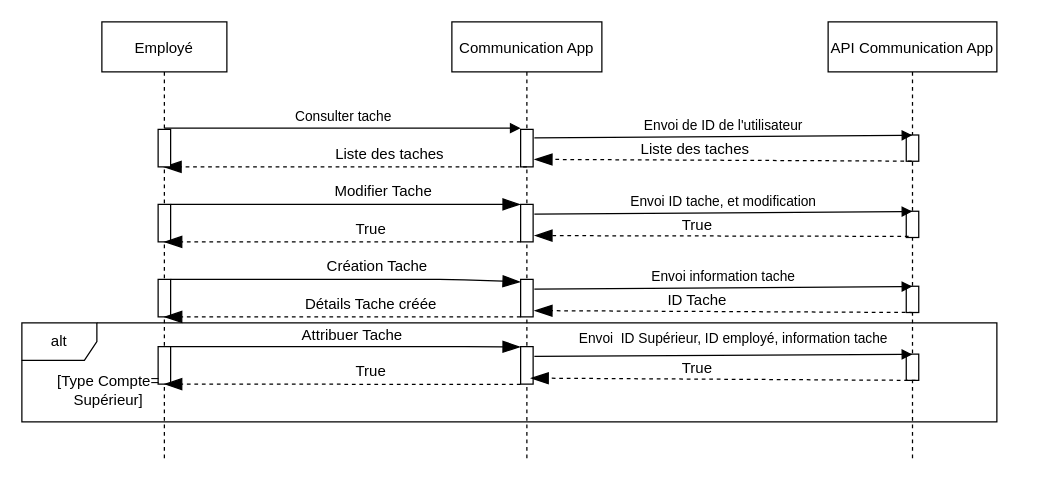
LewisYann/App-Asterisk keeps this draw.io diagram as page "Gestion des taches" (3 of 5) of Diagramme sans nom.drawio. Above is the earlier version. Source tidied: cells renumbered, new cells numbered last; positions are measured from the earlier drawing's top-left corner, leaving out a move shared by most shapes. Both pictures are drawn from the tidied source at 125%, with x=0, y=0 at pixel (21, 21).
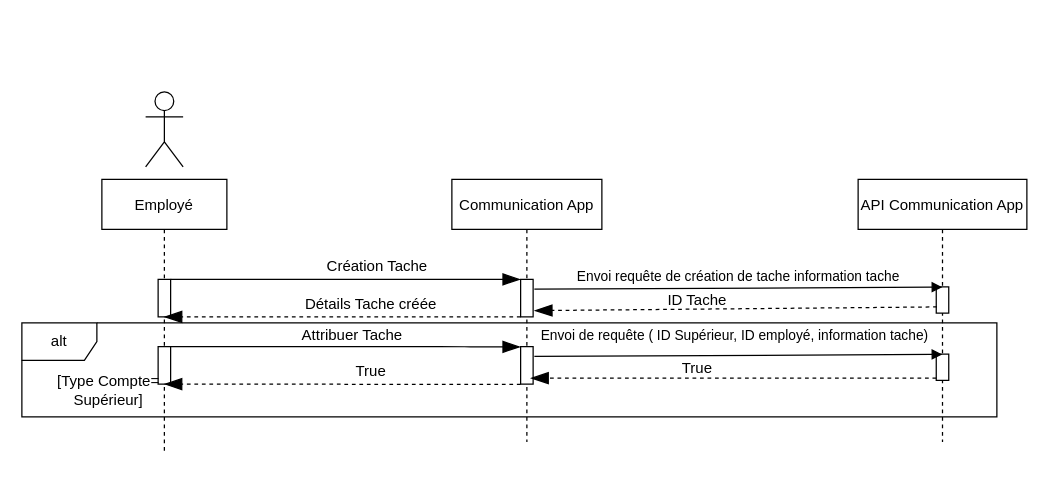
After the change.

The change refers to these unchanged cells:
```xml
<mxCell id="18" style="points=[];perimeter=orthogonalPerimeter;rounded=0;shadow=0;strokeWidth=1;" parent="1" vertex="1">
  <mxGeometry x="109" y="206" width="10" height="30" as="geometry" />
</mxCell>
<mxCell id="24" style="points=[];perimeter=orthogonalPerimeter;rounded=0;shadow=0;strokeWidth=1;" parent="1" vertex="1">
  <mxGeometry x="109" y="259.8" width="10" height="30" as="geometry" />
</mxCell>
<mxCell id="39" style="html=1;verticalAlign=bottom;endArrow=block;strokeColor=#000000;entryX=0.485;entryY=0.011;entryDx=0;entryDy=0;entryPerimeter=0;" parent="1" edge="1" target="38">
  <mxGeometry relative="1" as="geometry">
    <mxPoint x="410" y="267.6" as="sourcePoint" />
  </mxGeometry>
</mxCell>
```

Diff of the diagram source:
```diff
@@
     <mxCell id="2" value="API Communication App" style="shape=umlLifeline;perimeter=lifelinePerimeter;rounded=0;shadow=0;strokeWidth=1;" parent="1" vertex="1">
-      <mxGeometry x="645" width="135" height="350" as="geometry" />
+      <mxGeometry x="669" y="126" width="135" height="210" as="geometry" />
     </mxCell>
     <mxCell id="3" value="Communication App" style="shape=umlLifeline;perimeter=lifelinePerimeter;rounded=0;shadow=0;strokeWidth=1;" parent="1" vertex="1">
-      <mxGeometry x="344" width="120" height="350" as="geometry" />
+      <mxGeometry x="344" y="126" width="120" height="210" as="geometry" />
     </mxCell>
     <mxCell id="4" value="Employé" style="shape=umlLifeline;perimeter=lifelinePerimeter;rounded=0;shadow=0;strokeWidth=1;" parent="1" vertex="1">
-      <mxGeometry x="64" width="100" height="350" as="geometry" />
+      <mxGeometry x="64" y="126" width="100" height="220" as="geometry" />
     </mxCell>
     <mxCell id="5" value="alt" style="shape=umlFrame;whiteSpace=wrap;html=1;" parent="1" vertex="1">
-      <mxGeometry y="240.8" width="780" height="79.2" as="geometry" />
+      <mxGeometry y="240.8" width="780" height="75.2" as="geometry" />
     </mxCell>
-    <mxCell id="6" style="points=[];perimeter=orthogonalPerimeter;rounded=0;shadow=0;strokeWidth=1;" parent="1" vertex="1">
-      <mxGeometry x="399" y="86" width="10" height="30" as="geometry" />
-    </mxCell>
-    <mxCell id="7" value="Consulter tache" style="html=1;verticalAlign=bottom;endArrow=block;strokeColor=#000000;" parent="1" edge="1">
-      <mxGeometry relative="1" as="geometry">
-        <mxPoint x="114" y="85" as="sourcePoint" />
-        <mxPoint x="399" y="85" as="targetPoint" />
-        <Array as="points">
-          <mxPoint x="134" y="85" />
-          <mxPoint x="214" y="85" />
-          <mxPoint x="284" y="85" />
-        </Array>
-      </mxGeometry>
-    </mxCell>
-    <mxCell id="8" style="endArrow=blockThin;endFill=1;endSize=12;html=1;dashed=1;exitX=0.5;exitY=1;exitDx=0;exitDy=0;exitPerimeter=0;" parent="1" edge="1" source="6">
-      <mxGeometry relative="1" as="geometry">
-        <mxPoint x="113.3" y="116" as="targetPoint" />
-      </mxGeometry>
-    </mxCell>
-    <mxCell id="9" style="perimeter=orthogonalPerimeter;rounded=0;shadow=0;strokeWidth=1;" parent="1" vertex="1">
-      <mxGeometry x="109" y="86" width="10" height="30" as="geometry" />
-    </mxCell>
-    <mxCell id="10" value="Liste des taches" style="text;html=1;align=center;verticalAlign=middle;strokeColor=none;" parent="1" vertex="1">
-      <mxGeometry x="244" y="96" width="100" height="20" as="geometry" />
-    </mxCell>
-    <mxCell id="11" style="perimeter=orthogonalPerimeter;rounded=0;shadow=0;strokeWidth=1;" parent="1" vertex="1">
-      <mxGeometry x="399" y="146" width="10" height="30" as="geometry" />
-    </mxCell>
-    <mxCell id="12" style="points=[];perimeter=orthogonalPerimeter;rounded=0;shadow=0;strokeWidth=1;" parent="1" vertex="1">
-      <mxGeometry x="109" y="146" width="10" height="30" as="geometry" />
-    </mxCell>
-    <mxCell id="13" style="endArrow=blockThin;endFill=1;endSize=12;html=1;" parent="1" edge="1" source="12">
-      <mxGeometry relative="1" as="geometry">
-        <mxPoint x="399" y="146" as="targetPoint" />
-        <Array as="points">
-          <mxPoint x="194" y="146" />
-          <mxPoint x="234" y="146" />
-          <mxPoint x="264" y="146" />
-          <mxPoint x="344" y="146" />
-        </Array>
-      </mxGeometry>
-    </mxCell>
-    <mxCell id="14" style="endArrow=blockThin;endFill=1;endSize=12;html=1;dashed=1;" parent="1" edge="1">
-      <mxGeometry relative="1" as="geometry">
-        <mxPoint x="399" y="176" as="sourcePoint" />
-        <mxPoint x="113.8" y="176" as="targetPoint" />
-      </mxGeometry>
-    </mxCell>
-    <mxCell id="15" value="Modifier Tache" style="text;html=1;align=center;verticalAlign=middle;strokeColor=none;" parent="1" vertex="1">
-      <mxGeometry x="244" y="126" width="90" height="20" as="geometry" />
-    </mxCell>
-    <mxCell id="16" value="True" style="text;html=1;align=center;verticalAlign=middle;strokeColor=none;" parent="1" vertex="1">
-      <mxGeometry x="259" y="156" width="40" height="20" as="geometry" />
-    </mxCell>
@@
     <mxCell id="19" style="endArrow=blockThin;endFill=1;endSize=12;html=1;" parent="1" edge="1" source="18">
       <mxGeometry relative="1" as="geometry">
-        <mxPoint x="399" y="208" as="targetPoint" />
+        <mxPoint x="399" y="206" as="targetPoint" />
         <Array as="points">
           <mxPoint x="194" y="206" />
           <mxPoint x="234" y="206" />
           <mxPoint x="264" y="206" />
           <mxPoint x="344" y="206" />
         </Array>
       </mxGeometry>
     </mxCell>
@@
     <mxCell id="25" style="endArrow=blockThin;endFill=1;endSize=12;html=1;" parent="1" edge="1" source="24">
       <mxGeometry relative="1" as="geometry">
         <mxPoint x="399" y="260" as="targetPoint" />
         <Array as="points">
           <mxPoint x="194" y="259.8" />
           <mxPoint x="234" y="259.8" />
           <mxPoint x="264" y="259.8" />
           <mxPoint x="344" y="259.8" />
+          <mxPoint x="364" y="260" />
         </Array>
       </mxGeometry>
     </mxCell>
@@
-    <mxCell id="30" style="points=[];perimeter=orthogonalPerimeter;rounded=0;shadow=0;strokeWidth=1;" parent="1" vertex="1">
-      <mxGeometry x="707.5" y="151.5" width="10" height="21" as="geometry" />
-    </mxCell>
-    <mxCell id="31" value="Envoi ID tache, et modification" style="html=1;verticalAlign=bottom;endArrow=block;strokeColor=#000000;entryX=0.485;entryY=0.011;entryDx=0;entryDy=0;entryPerimeter=0;" parent="1" edge="1" target="30">
-      <mxGeometry relative="1" as="geometry">
-        <mxPoint x="410" y="153.8" as="sourcePoint" />
-      </mxGeometry>
-    </mxCell>
-    <mxCell id="32" style="endArrow=blockThin;endFill=1;endSize=12;html=1;dashed=1;exitX=0.477;exitY=0.496;exitDx=0;exitDy=0;exitPerimeter=0;" parent="1" edge="1">
-      <mxGeometry relative="1" as="geometry">
-        <mxPoint x="709.4" y="171.6" as="sourcePoint" />
-        <mxPoint x="410" y="171" as="targetPoint" />
-      </mxGeometry>
-    </mxCell>
-    <mxCell id="33" value="True" style="text;html=1;align=center;verticalAlign=middle;strokeColor=none;" parent="1" vertex="1">
-      <mxGeometry x="520" y="153" width="40" height="20" as="geometry" />
-    </mxCell>
     <mxCell id="34" style="points=[];perimeter=orthogonalPerimeter;rounded=0;shadow=0;strokeWidth=1;" parent="1" vertex="1">
-      <mxGeometry x="707.5" y="211.5" width="10" height="21" as="geometry" />
+      <mxGeometry x="731.5" y="212" width="10" height="21" as="geometry" />
     </mxCell>
-    <mxCell id="35" value="Envoi information tache" style="html=1;verticalAlign=bottom;endArrow=block;strokeColor=#000000;entryX=0.485;entryY=0.011;entryDx=0;entryDy=0;entryPerimeter=0;" parent="1" edge="1" target="34">
+    <mxCell id="35" value="Envoi requête de création de tache information tache" style="html=1;verticalAlign=bottom;endArrow=block;strokeColor=#000000;entryX=0.485;entryY=0.011;entryDx=0;entryDy=0;entryPerimeter=0;" parent="1" edge="1" target="34">
       <mxGeometry relative="1" as="geometry">
         <mxPoint x="410" y="213.8" as="sourcePoint" />
       </mxGeometry>
     </mxCell>
-    <mxCell id="36" style="endArrow=blockThin;endFill=1;endSize=12;html=1;dashed=1;exitX=0.503;exitY=0.673;exitDx=0;exitDy=0;exitPerimeter=0;" parent="1" edge="1">
+    <mxCell id="36" style="endArrow=blockThin;endFill=1;endSize=12;html=1;dashed=1;exitX=0.05;exitY=0.764;exitDx=0;exitDy=0;exitPerimeter=0;" parent="1" edge="1" source="34">
       <mxGeometry relative="1" as="geometry">
-        <mxPoint x="712.9" y="232.5" as="sourcePoint" />
         <mxPoint x="410" y="231" as="targetPoint" />
       </mxGeometry>
     </mxCell>
@@
     <mxCell id="38" style="points=[];perimeter=orthogonalPerimeter;rounded=0;shadow=0;strokeWidth=1;" parent="1" vertex="1">
-      <mxGeometry x="707.5" y="265.8" width="10" height="21" as="geometry" />
+      <mxGeometry x="731.5" y="265.8" width="10" height="21" as="geometry" />
     </mxCell>
@@
-    <mxCell id="40" value="Envoi&amp;nbsp; ID Supérieur, ID employé, information tache" style="edgeLabel;html=1;align=center;verticalAlign=middle;" parent="39" vertex="1">
+    <mxCell id="40" value="Envoi de requête ( ID Supérieur, ID employé, information tache)" style="edgeLabel;html=1;align=center;verticalAlign=middle;" parent="39" vertex="1">
       <mxGeometry x="0.16" y="2" relative="1" as="geometry">
-        <mxPoint x="-16" y="-12" as="offset" />
+        <mxPoint x="-29" y="-14" as="offset" />
       </mxGeometry>
     </mxCell>
-    <mxCell id="41" style="endArrow=blockThin;endFill=1;endSize=12;html=1;dashed=1;exitX=0.503;exitY=0.831;exitDx=0;exitDy=0;exitPerimeter=0;" parent="1" edge="1">
+    <mxCell id="41" style="endArrow=blockThin;endFill=1;endSize=12;html=1;dashed=1;" parent="1" edge="1" source="38">
       <mxGeometry relative="1" as="geometry">
-        <mxPoint x="714.9" y="286.8" as="sourcePoint" />
         <mxPoint x="407" y="285" as="targetPoint" />
       </mxGeometry>
     </mxCell>
@@
-    <mxCell id="43" style="points=[];perimeter=orthogonalPerimeter;rounded=0;shadow=0;strokeWidth=1;" parent="1" vertex="1">
-      <mxGeometry x="707.5" y="90.5" width="10" height="21" as="geometry" />
-    </mxCell>
-    <mxCell id="44" value="Envoi de ID de l'utilisateur" style="html=1;verticalAlign=bottom;endArrow=block;strokeColor=#000000;entryX=0.485;entryY=0.011;entryDx=0;entryDy=0;entryPerimeter=0;" parent="1" edge="1" target="43">
-      <mxGeometry relative="1" as="geometry">
-        <mxPoint x="410" y="92.8" as="sourcePoint" />
-      </mxGeometry>
-    </mxCell>
-    <mxCell id="45" style="endArrow=blockThin;endFill=1;endSize=12;html=1;dashed=1;exitX=0.495;exitY=0.321;exitDx=0;exitDy=0;exitPerimeter=0;" parent="1" edge="1">
-      <mxGeometry relative="1" as="geometry">
-        <mxPoint x="711.8" y="111.4" as="sourcePoint" />
-        <mxPoint x="410" y="110" as="targetPoint" />
-      </mxGeometry>
-    </mxCell>
-    <mxCell id="46" value="Liste des taches&amp;nbsp;" style="text;html=1;align=center;verticalAlign=middle;strokeColor=none;" parent="1" vertex="1">
-      <mxGeometry x="485" y="92" width="110" height="20" as="geometry" />
-    </mxCell>
+    <mxCell id="47" style="shape=umlActor;verticalLabelPosition=bottom;verticalAlign=top;html=1;" parent="1" vertex="1">
+      <mxGeometry x="99" y="56" width="30" height="60" as="geometry" />
+    </mxCell>
```
